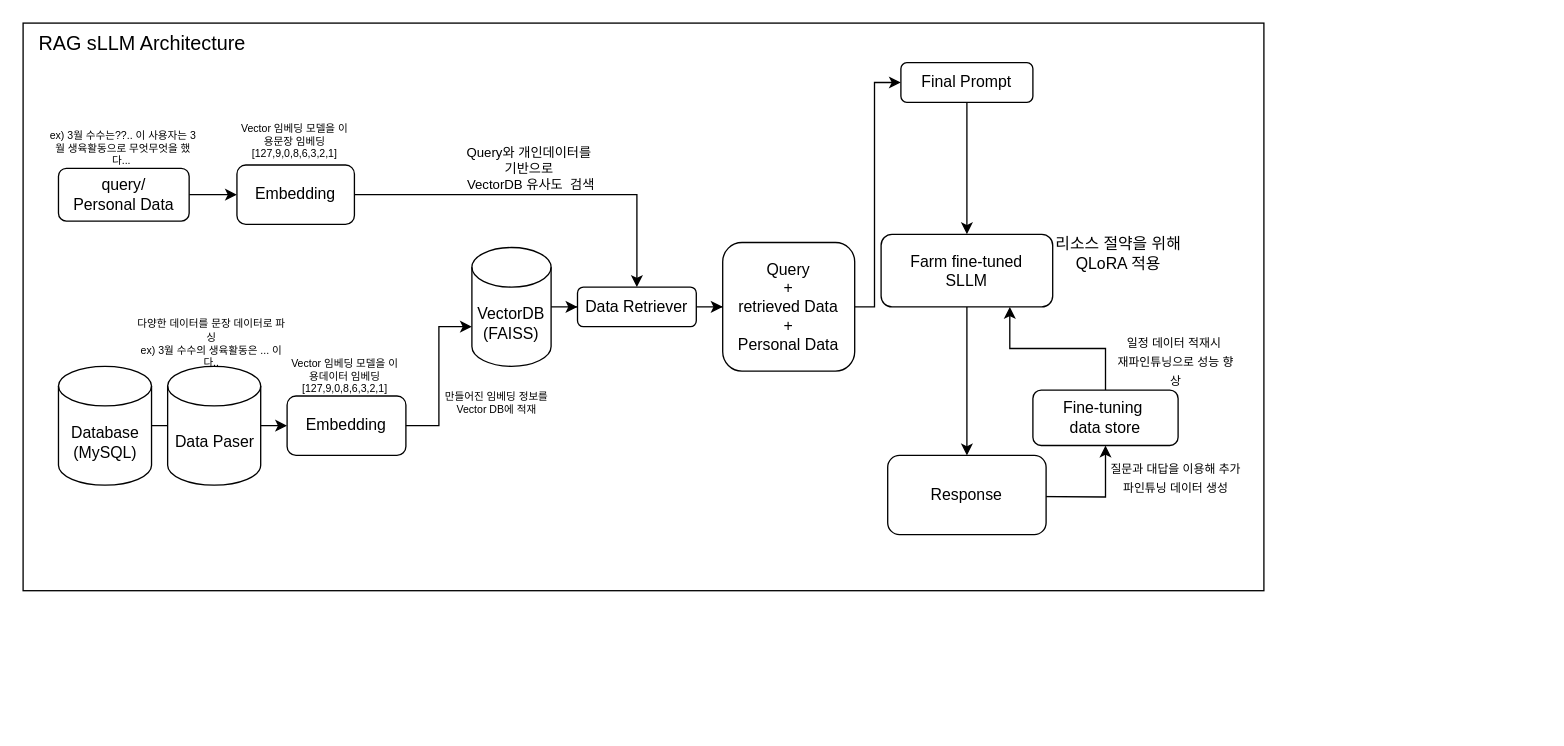
Earlier version of the draw.io diagram sLLM-Architecture.drawio (hiki-pedia/hiki-pedia.github.io). Source tidied: cells renumbered, new cells numbered last; positions are measured from the earlier drawing's top-left corner, leaving out a move shared by most shapes. Both pictures are drawn from the tidied source at 132%, with x=0, y=0 at pixel (22, 22).
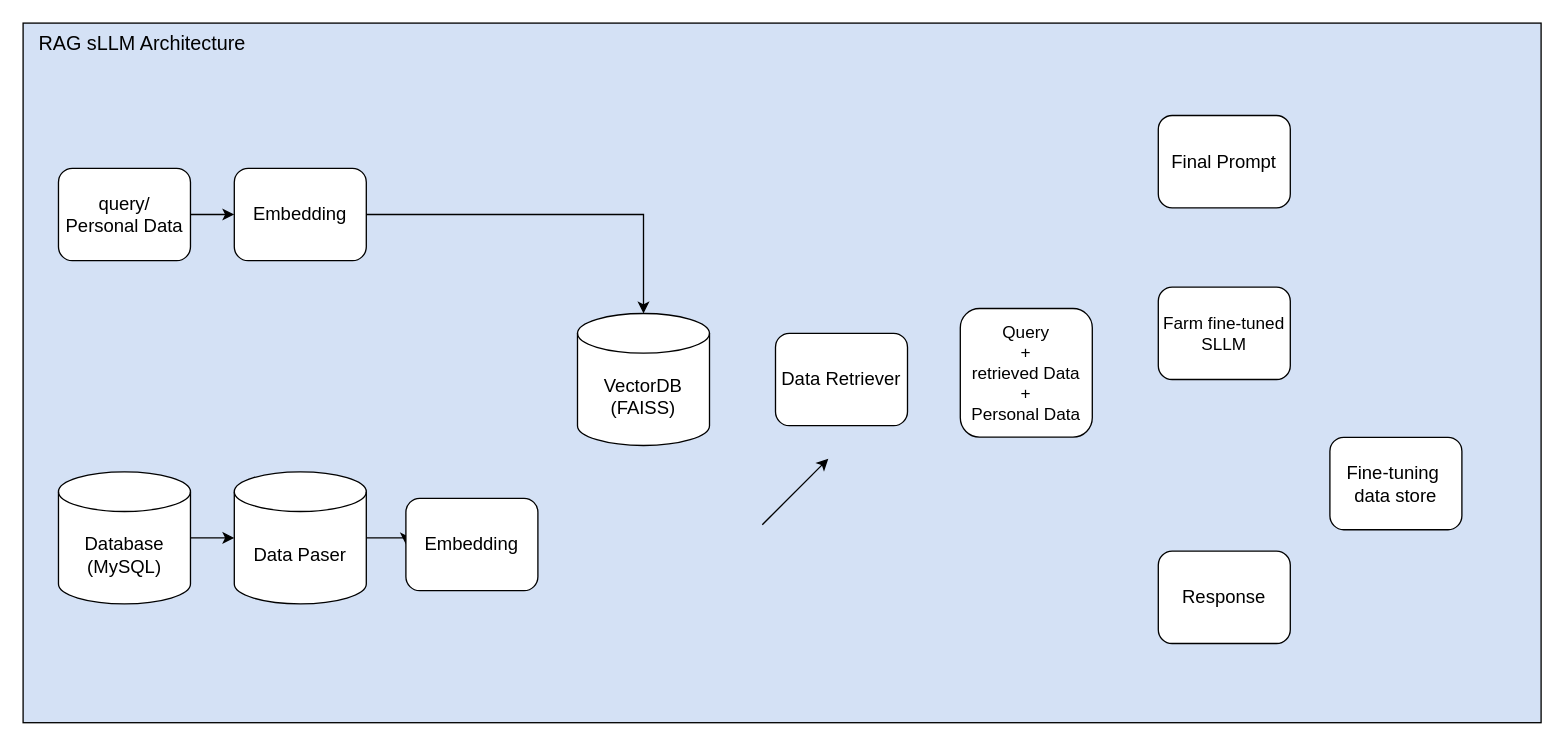
Above is the later version.

Change to the diagram source:
```diff
@@
-    <mxCell id="2" style="rounded=0;whiteSpace=wrap;html=1;" parent="1" vertex="1">
-      <mxGeometry width="940" height="430" as="geometry" />
+    <mxCell id="2" style="rounded=0;whiteSpace=wrap;html=1;fillColor=#D4E1F5;" parent="1" vertex="1">
+      <mxGeometry width="1150" height="530" as="geometry" />
     </mxCell>
-    <mxCell id="3" value="&lt;font style=&quot;font-size: 15px;&quot;&gt;RAG sLLM Architecture&lt;/font&gt;" style="text;html=1;align=center;verticalAlign=middle;strokeColor=none;fillColor=none;" parent="1" vertex="1">
+    <mxCell id="3" value="&lt;font&gt;RAG sLLM Architecture&lt;/font&gt;" style="text;html=1;align=center;verticalAlign=middle;strokeColor=none;fillColor=none;fontSize=15;" parent="1" vertex="1">
       <mxGeometry width="180" height="30" as="geometry" />
     </mxCell>
-    <mxCell id="4" style="edgeStyle=orthogonalEdgeStyle;rounded=0;jettySize=auto;html=1;" parent="1" edge="1" source="5" target="7">
-      <mxGeometry relative="1" as="geometry" />
-    </mxCell>
+    <mxCell id="36" style="edgeStyle=orthogonalEdgeStyle;rounded=0;jettySize=auto;html=1;exitX=1;exitY=0.5;exitDx=0;exitDy=0;exitPerimeter=0;" parent="1" edge="1" source="5" target="6">
+      <mxGeometry relative="1" as="geometry" />
+    </mxCell>
-    <mxCell id="5" value="Database&lt;div&gt;(MySQL)&lt;/div&gt;" style="shape=cylinder3;whiteSpace=wrap;html=1;boundedLbl=1;backgroundOutline=1;size=15;" parent="1" vertex="1">
-      <mxGeometry x="26.8" y="260" width="70.5" height="90" as="geometry" />
+    <mxCell id="5" value="Database&lt;div&gt;(MySQL)&lt;/div&gt;" style="shape=cylinder3;whiteSpace=wrap;html=1;boundedLbl=1;backgroundOutline=1;size=15;fontSize=14;" parent="1" vertex="1">
+      <mxGeometry x="26.8" y="340" width="100" height="100" as="geometry" />
     </mxCell>
+    <mxCell id="37" style="edgeStyle=orthogonalEdgeStyle;rounded=0;jettySize=auto;html=1;exitX=1;exitY=0.5;exitDx=0;exitDy=0;exitPerimeter=0;entryX=0;entryY=0.5;entryDx=0;entryDy=0;" parent="1" edge="1" source="6" target="7">
+      <mxGeometry relative="1" as="geometry" />
+    </mxCell>
-    <mxCell id="6" value="Data Paser" style="shape=cylinder3;whiteSpace=wrap;html=1;boundedLbl=1;backgroundOutline=1;size=15;" parent="1" vertex="1">
-      <mxGeometry x="109.5" y="260" width="70.5" height="90" as="geometry" />
+    <mxCell id="6" value="Data Paser" style="shape=cylinder3;whiteSpace=wrap;html=1;boundedLbl=1;backgroundOutline=1;size=15;fontSize=14;" parent="1" vertex="1">
+      <mxGeometry x="160" y="340" width="100" height="100" as="geometry" />
     </mxCell>
-    <mxCell id="7" value="Embedding" style="rounded=1;whiteSpace=wrap;html=1;" parent="1" vertex="1">
-      <mxGeometry x="200" y="282.5" width="90" height="45" as="geometry" />
+    <mxCell id="7" value="Embedding" style="rounded=1;whiteSpace=wrap;html=1;fontSize=14;" parent="1" vertex="1">
+      <mxGeometry x="290" y="360" width="100" height="70" as="geometry" />
     </mxCell>
-    <mxCell id="8" style="edgeStyle=orthogonalEdgeStyle;rounded=0;jettySize=auto;html=1;entryX=0;entryY=0.5;entryDx=0;entryDy=0;" parent="1" edge="1" source="9" target="30">
-      <mxGeometry relative="1" as="geometry" />
-    </mxCell>
-    <mxCell id="9" value="VectorDB&lt;div&gt;(FAISS)&lt;/div&gt;" style="shape=cylinder3;whiteSpace=wrap;html=1;boundedLbl=1;backgroundOutline=1;size=15;" parent="1" vertex="1">
-      <mxGeometry x="340" y="170" width="60" height="90" as="geometry" />
+    <mxCell id="9" value="VectorDB&lt;div&gt;(FAISS)&lt;/div&gt;" style="shape=cylinder3;whiteSpace=wrap;html=1;boundedLbl=1;backgroundOutline=1;size=15;fontSize=14;" parent="1" vertex="1">
+      <mxGeometry x="420" y="220" width="100" height="100" as="geometry" />
     </mxCell>
+    <mxCell id="11" value="query/&lt;div&gt;Personal Data&lt;/div&gt;" style="rounded=1;whiteSpace=wrap;html=1;fontSize=14;" parent="1" vertex="1">
+      <mxGeometry x="26.8" y="110" width="100" height="70" as="geometry" />
+    </mxCell>
+    <mxCell id="13" value="Embedding" style="rounded=1;whiteSpace=wrap;html=1;fontSize=14;" parent="1" vertex="1">
+      <mxGeometry x="160" y="110" width="100" height="70" as="geometry" />
+    </mxCell>
+    <mxCell id="15" value="Query&lt;div&gt;+&lt;div&gt;retrieved Data&lt;/div&gt;&lt;/div&gt;&lt;div&gt;+&lt;/div&gt;&lt;div&gt;Personal Data&lt;/div&gt;" style="rounded=1;whiteSpace=wrap;html=1;fontSize=13;" parent="1" vertex="1">
+      <mxGeometry x="710" y="216.2" width="100" height="97.5" as="geometry" />
+    </mxCell>
+    <mxCell id="17" value="Final Prompt" style="rounded=1;whiteSpace=wrap;html=1;fontSize=14;" parent="1" vertex="1">
+      <mxGeometry x="860" y="70" width="100" height="70" as="geometry" />
+    </mxCell>
+    <mxCell id="20" value="&lt;div&gt;Farm fine-tuned&lt;/div&gt;SLLM" style="rounded=1;whiteSpace=wrap;html=1;fontSize=13;" parent="1" vertex="1">
+      <mxGeometry x="860" y="200" width="100" height="70" as="geometry" />
+    </mxCell>
+    <mxCell id="22" value="Response" style="rounded=1;whiteSpace=wrap;html=1;fontSize=14;" parent="1" vertex="1">
+      <mxGeometry x="860" y="400" width="100" height="70" as="geometry" />
+    </mxCell>
+    <mxCell id="30" value="Data Retriever" style="rounded=1;whiteSpace=wrap;html=1;fontSize=14;" parent="1" vertex="1">
+      <mxGeometry x="570" y="235" width="100" height="70" as="geometry" />
+    </mxCell>
+    <mxCell id="33" value="Fine-tuning&amp;nbsp;&lt;div&gt;data store&lt;/div&gt;" style="rounded=1;whiteSpace=wrap;html=1;fontSize=14;" parent="1" vertex="1">
+      <mxGeometry x="990" y="313.8" width="100" height="70" as="geometry" />
+    </mxCell>
-    <mxCell id="10" style="edgeStyle=orthogonalEdgeStyle;rounded=0;jettySize=auto;html=1;" parent="1" edge="1" source="11" target="13">
+    <mxCell id="10" style="endArrow=classic;html=1;rounded=0;exitX=1;exitY=0.5;exitDx=0;exitDy=0;entryX=0;entryY=0.5;entryDx=0;entryDy=0;" parent="1" edge="1" source="11" target="13">
       <mxGeometry relative="1" as="geometry" />
     </mxCell>
-    <mxCell id="11" value="query/&lt;div&gt;Personal Data&lt;/div&gt;" style="rounded=1;whiteSpace=wrap;html=1;" parent="1" vertex="1">
-      <mxGeometry x="26.8" y="110" width="99" height="40" as="geometry" />
-    </mxCell>
-    <mxCell id="12" style="edgeStyle=orthogonalEdgeStyle;rounded=0;jettySize=auto;html=1;entryX=0.5;entryY=0;entryDx=0;entryDy=0;" parent="1" edge="1" source="13" target="30">
-      <mxGeometry relative="1" as="geometry" />
-    </mxCell>
-    <mxCell id="13" value="Embedding" style="rounded=1;whiteSpace=wrap;html=1;" parent="1" vertex="1">
-      <mxGeometry x="162" y="107.5" width="89" height="45" as="geometry" />
-    </mxCell>
-    <mxCell id="14" style="edgeStyle=orthogonalEdgeStyle;rounded=0;jettySize=auto;html=1;entryX=0;entryY=0.5;entryDx=0;entryDy=0;" parent="1" edge="1" source="15" target="17">
-      <mxGeometry relative="1" as="geometry">
-        <Array as="points">
-          <mxPoint x="645" y="215" />
-          <mxPoint x="645" y="45" />
-        </Array>
-      </mxGeometry>
-    </mxCell>
-    <mxCell id="15" value="Query&lt;div&gt;+&lt;div&gt;retrieved Data&lt;/div&gt;&lt;/div&gt;&lt;div&gt;+&lt;/div&gt;&lt;div&gt;Personal Data&lt;/div&gt;" style="rounded=1;whiteSpace=wrap;html=1;" parent="1" vertex="1">
-      <mxGeometry x="530" y="166.2" width="100" height="97.5" as="geometry" />
-    </mxCell>
-    <mxCell id="16" style="edgeStyle=orthogonalEdgeStyle;rounded=0;jettySize=auto;html=1;entryX=0.5;entryY=0;entryDx=0;entryDy=0;" parent="1" edge="1" source="17" target="20">
-      <mxGeometry relative="1" as="geometry" />
-    </mxCell>
-    <mxCell id="17" value="Final Prompt" style="rounded=1;whiteSpace=wrap;html=1;" parent="1" vertex="1">
-      <mxGeometry x="665" y="30" width="100" height="30" as="geometry" />
-    </mxCell>
-    <mxCell id="18" style="edgeStyle=orthogonalEdgeStyle;rounded=0;jettySize=auto;html=1;entryX=0;entryY=0;entryDx=0;entryDy=60;entryPerimeter=0;" parent="1" edge="1" source="7" target="9">
-      <mxGeometry relative="1" as="geometry" />
-    </mxCell>
-    <mxCell id="19" style="edgeStyle=orthogonalEdgeStyle;rounded=0;jettySize=auto;html=1;" parent="1" edge="1" source="20" target="22">
-      <mxGeometry relative="1" as="geometry" />
-    </mxCell>
-    <mxCell id="20" value="&lt;div&gt;Farm fine-tuned&lt;/div&gt;SLLM" style="rounded=1;whiteSpace=wrap;html=1;" parent="1" vertex="1">
-      <mxGeometry x="650" y="160" width="130" height="55" as="geometry" />
-    </mxCell>
-    <mxCell id="21" style="edgeStyle=orthogonalEdgeStyle;rounded=0;jettySize=auto;html=1;entryX=0.5;entryY=1;entryDx=0;entryDy=0;" parent="1" edge="1" target="33">
-      <mxGeometry relative="1" as="geometry">
-        <mxPoint x="750" y="358.5" as="sourcePoint" />
-      </mxGeometry>
-    </mxCell>
-    <mxCell id="22" value="Response" style="rounded=1;whiteSpace=wrap;html=1;" parent="1" vertex="1">
-      <mxGeometry x="655" y="327.5" width="120" height="60" as="geometry" />
-    </mxCell>
-    <mxCell id="23" value="ex) 3월 수수는??.. 이 사용자는 3월 생육활동으로 무엇무엇을 했다...&amp;nbsp;" style="text;html=1;align=center;verticalAlign=middle;whiteSpace=wrap;rounded=0;fontSize=8;" parent="1" vertex="1">
-      <mxGeometry x="16.2" y="80" width="120" height="30" as="geometry" />
-    </mxCell>
-    <mxCell id="24" value="&lt;div&gt;Vector 임베딩 모델을 이용문장 임베딩&lt;/div&gt;[127,9,0,8,6,3,2,1]" style="text;html=1;align=center;verticalAlign=middle;whiteSpace=wrap;rounded=0;fontSize=8;" parent="1" vertex="1">
-      <mxGeometry x="161" y="80" width="90" height="20" as="geometry" />
-    </mxCell>
-    <mxCell id="25" value="다양한 데이터를 문장 데이터로 파싱&lt;div&gt;ex) 3월 수수의 생육활동은 ... 이다..&lt;/div&gt;" style="text;html=1;align=center;verticalAlign=middle;whiteSpace=wrap;rounded=0;fontSize=8;" parent="1" vertex="1">
-      <mxGeometry x="82.6" y="228" width="120.2" height="30" as="geometry" />
-    </mxCell>
-    <mxCell id="26" value="&lt;div&gt;Vector 임베딩 모델을 이용데이터 임베딩&lt;/div&gt;[127,9,0,8,6,3,2,1]" style="text;html=1;align=center;verticalAlign=middle;whiteSpace=wrap;rounded=0;fontSize=8;" parent="1" vertex="1">
-      <mxGeometry x="199" y="258" width="90" height="20" as="geometry" />
-    </mxCell>
-    <mxCell id="27" value="만들어진 임베딩 정보를 Vector DB에 적재" style="text;html=1;align=center;verticalAlign=middle;whiteSpace=wrap;rounded=0;fontSize=8;" parent="1" vertex="1">
-      <mxGeometry x="314" y="278" width="90" height="20" as="geometry" />
-    </mxCell>
-    <mxCell id="28" value="&lt;font style=&quot;font-size: 10px;&quot;&gt;Query와 개인데이터를&amp;nbsp;&lt;/font&gt;&lt;div&gt;&lt;font style=&quot;font-size: 10px;&quot;&gt;기반으로&amp;nbsp;&lt;/font&gt;&lt;/div&gt;&lt;div&gt;&lt;font style=&quot;font-size: 10px;&quot;&gt;VectorDB 유사도 &amp;nbsp;검색&lt;/font&gt;&lt;/div&gt;" style="text;html=1;align=center;verticalAlign=middle;whiteSpace=wrap;rounded=0;fontSize=8;" parent="1" vertex="1">
-      <mxGeometry x="310" y="90" width="150" height="40" as="geometry" />
-    </mxCell>
-    <mxCell id="29" style="edgeStyle=orthogonalEdgeStyle;rounded=0;jettySize=auto;html=1;entryX=0;entryY=0.5;entryDx=0;entryDy=0;" parent="1" edge="1" source="30" target="15">
-      <mxGeometry relative="1" as="geometry" />
-    </mxCell>
-    <mxCell id="30" value="Data Retriever" style="rounded=1;whiteSpace=wrap;html=1;" parent="1" vertex="1">
-      <mxGeometry x="420" y="200" width="90" height="30" as="geometry" />
-    </mxCell>
-    <mxCell id="31" value="리소스 절약을 위해 QLoRA 적용" style="text;html=1;align=center;verticalAlign=middle;whiteSpace=wrap;rounded=0;" parent="1" vertex="1">
-      <mxGeometry x="765" y="160" width="130" height="30" as="geometry" />
-    </mxCell>
-    <mxCell id="32" style="edgeStyle=orthogonalEdgeStyle;rounded=0;jettySize=auto;html=1;entryX=0.75;entryY=1;entryDx=0;entryDy=0;" parent="1" edge="1" source="33" target="20">
-      <mxGeometry relative="1" as="geometry" />
-    </mxCell>
-    <mxCell id="33" value="Fine-tuning&amp;nbsp;&lt;div&gt;data store&lt;/div&gt;" style="rounded=1;whiteSpace=wrap;html=1;" parent="1" vertex="1">
-      <mxGeometry x="765" y="278" width="110" height="42" as="geometry" />
-    </mxCell>
-    <mxCell id="34" value="&lt;font style=&quot;font-size: 9px;&quot;&gt;질문과 대답을 이용해 추가 파인튜닝 데이터 생성&lt;/font&gt;" style="text;html=1;align=center;verticalAlign=middle;whiteSpace=wrap;rounded=0;" parent="1" vertex="1">
-      <mxGeometry x="822" y="327.5" width="103" height="32.5" as="geometry" />
-    </mxCell>
-    <mxCell id="35" value="&lt;span style=&quot;font-size: 9px;&quot;&gt;일정 데이터 적재시&amp;nbsp;&lt;/span&gt;&lt;div&gt;&lt;span style=&quot;font-size: 9px;&quot;&gt;재파인튜닝으로 성능 향상&lt;/span&gt;&lt;/div&gt;" style="text;html=1;align=center;verticalAlign=middle;whiteSpace=wrap;rounded=0;" parent="1" vertex="1">
-      <mxGeometry x="827" y="242.5" width="93" height="27.5" as="geometry" />
-    </mxCell>
+    <mxCell id="38" style="endArrow=classic;html=1;rounded=0;exitX=1;exitY=0.5;exitDx=0;exitDy=0;entryX=0.5;entryY=0;entryDx=0;entryDy=0;entryPerimeter=0;edgeStyle=orthogonalEdgeStyle;" parent="1" edge="1" source="13" target="9">
+      <mxGeometry relative="1" as="geometry" />
+    </mxCell>
+    <mxCell id="39" style="endArrow=classic;html=1;rounded=0;" parent="1" edge="1">
+      <mxGeometry relative="1" as="geometry">
+        <mxPoint x="560" y="380" as="sourcePoint" />
+        <mxPoint x="610" y="330" as="targetPoint" />
+      </mxGeometry>
+    </mxCell>
```
